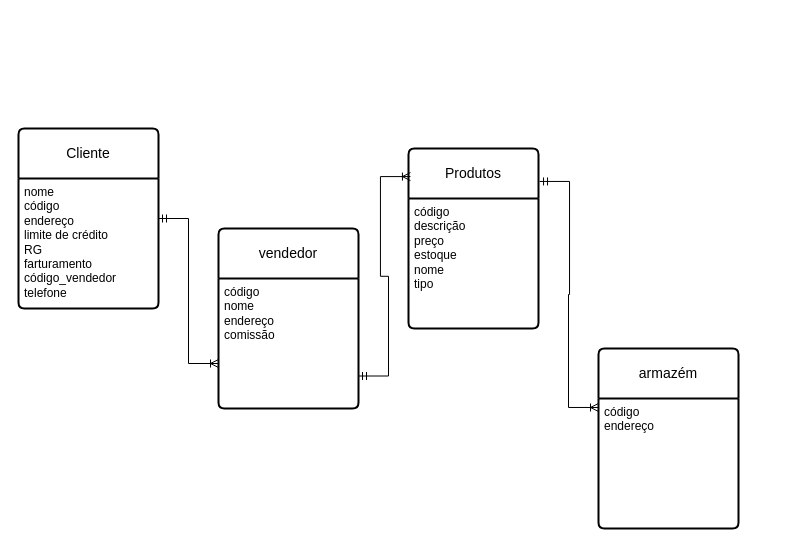
Earlier version of the draw.io diagram vendedorecliente.drawio (biacapist1224/Diagramas). Source tidied: cells renumbered, new cells numbered last; positions are measured from the earlier drawing's top-left corner, leaving out a move shared by most shapes. Both pictures are drawn from the tidied source at 100%, with x=0, y=0 at pixel (18, 128).
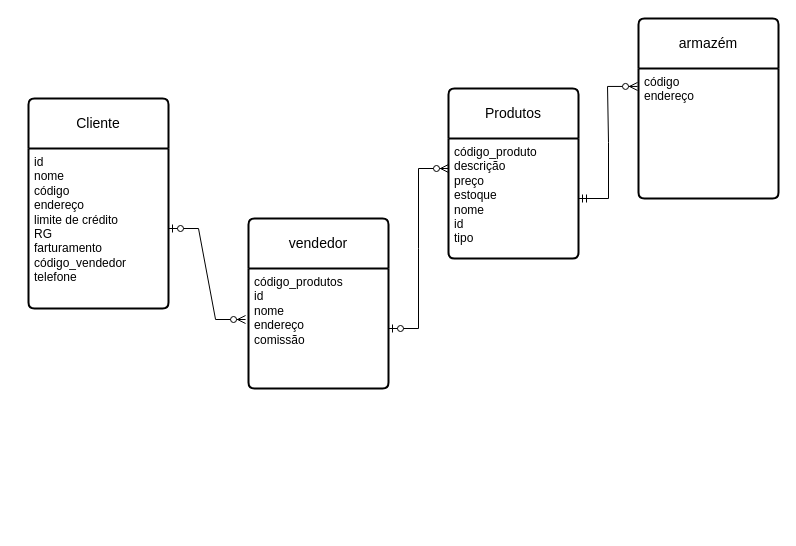
After the change.

The edit, as a diff of the source:
```diff
@@
 <mxGraphModel>
   <root>
     <mxCell id="0" />
     <mxCell id="1" parent="0" />
     <mxCell id="2" value="vendedor" style="swimlane;horizontal=1;startSize=50;rounded=1;fontSize=14;fontStyle=0;strokeWidth=2;shadow=0;dashed=0;align=center;arcSize=4;whiteSpace=wrap;html=1;" parent="1" vertex="1">
-      <mxGeometry x="200" y="100" width="140" height="180" as="geometry" />
+      <mxGeometry x="230" y="90" width="140" height="170" as="geometry" />
     </mxCell>
-    <mxCell id="3" value="&lt;div&gt;código&lt;/div&gt;&lt;div&gt;nome&lt;/div&gt;&lt;div&gt;endereço&lt;/div&gt;&lt;div&gt;comissão&lt;br&gt;&lt;/div&gt;" style="align=left;strokeColor=none;fillColor=none;spacingLeft=4;fontSize=12;verticalAlign=top;html=1;" parent="2" vertex="1">
-      <mxGeometry y="50" width="140" height="130" as="geometry" />
+    <mxCell id="3" value="&lt;div&gt;código_produtos&lt;/div&gt;&lt;div&gt;id&lt;/div&gt;&lt;div&gt;nome&lt;br&gt;&lt;/div&gt;&lt;div&gt;endereço&lt;/div&gt;&lt;div&gt;comissão&lt;br&gt;&lt;/div&gt;&lt;div&gt;&lt;br&gt;&lt;/div&gt;&lt;div&gt;&lt;br&gt;&lt;/div&gt;" style="align=left;strokeColor=none;fillColor=none;spacingLeft=4;fontSize=12;verticalAlign=top;html=1;" parent="2" vertex="1">
+      <mxGeometry y="50" width="140" height="120" as="geometry" />
     </mxCell>
     <mxCell id="4" value="Produtos" style="swimlane;horizontal=1;startSize=50;rounded=1;fontSize=14;fontStyle=0;strokeWidth=2;shadow=0;dashed=0;align=center;arcSize=4;whiteSpace=wrap;html=1;" parent="1" vertex="1">
-      <mxGeometry x="390" y="20" width="130" height="180" as="geometry" />
+      <mxGeometry x="430" y="-40" width="130" height="170" as="geometry" />
     </mxCell>
-    <mxCell id="5" value="&lt;div&gt;código&lt;/div&gt;&lt;div&gt;descrição&lt;/div&gt;&lt;div&gt;preço&lt;/div&gt;&lt;div&gt;estoque &lt;br&gt;&lt;/div&gt;&lt;div&gt;nome&lt;/div&gt;&lt;div&gt;tipo&lt;br&gt;&lt;/div&gt;" style="align=left;strokeColor=none;fillColor=none;spacingLeft=4;fontSize=12;verticalAlign=top;html=1;" parent="4" vertex="1">
-      <mxGeometry y="50" width="130" height="130" as="geometry" />
+    <mxCell id="5" value="&lt;div&gt;código_produto&lt;/div&gt;&lt;div&gt;descrição&lt;/div&gt;&lt;div&gt;preço&lt;/div&gt;&lt;div&gt;estoque &lt;br&gt;&lt;/div&gt;&lt;div&gt;nome&lt;/div&gt;&lt;div&gt;id&lt;br&gt;&lt;/div&gt;&lt;div&gt;tipo&lt;br&gt;&lt;/div&gt;" style="align=left;strokeColor=none;fillColor=none;spacingLeft=4;fontSize=12;verticalAlign=top;html=1;" parent="4" vertex="1">
+      <mxGeometry y="50" width="130" height="120" as="geometry" />
     </mxCell>
     <mxCell id="6" value="armazém" style="swimlane;horizontal=1;startSize=50;rounded=1;fontSize=14;fontStyle=0;strokeWidth=2;shadow=0;dashed=0;align=center;arcSize=4;whiteSpace=wrap;html=1;" parent="1" vertex="1">
-      <mxGeometry x="580" y="220" width="140" height="180" as="geometry" />
+      <mxGeometry x="620" y="-110" width="140" height="180" as="geometry" />
     </mxCell>
     <mxCell id="7" value="código&lt;br&gt;endereço" style="align=left;strokeColor=none;fillColor=none;spacingLeft=4;fontSize=12;verticalAlign=top;html=1;" parent="6" vertex="1">
       <mxGeometry y="50" width="140" height="130" as="geometry" />
     </mxCell>
     <mxCell id="8" value="Cliente" style="swimlane;horizontal=1;startSize=50;rounded=1;fontSize=14;fontStyle=0;strokeWidth=2;shadow=0;dashed=0;align=center;arcSize=4;whiteSpace=wrap;html=1;" parent="1" vertex="1">
-      <mxGeometry width="140" height="180" as="geometry" />
+      <mxGeometry x="10" y="-30" width="140" height="210" as="geometry" />
     </mxCell>
-    <mxCell id="9" value="&lt;div&gt;nome&lt;/div&gt;&lt;div&gt;código&lt;/div&gt;&lt;div&gt;endereço&lt;/div&gt;&lt;div&gt;limite de crédito&lt;/div&gt;&lt;div&gt;RG&lt;/div&gt;&lt;div&gt;farturamento&lt;/div&gt;&lt;div&gt;código_vendedor&lt;/div&gt;&lt;div&gt;telefone&lt;br&gt;&lt;/div&gt;" style="align=left;strokeColor=none;fillColor=none;spacingLeft=4;fontSize=12;verticalAlign=top;html=1;" parent="8" vertex="1">
-      <mxGeometry y="50" width="140" height="130" as="geometry" />
+    <mxCell id="9" value="&lt;div&gt;id&lt;/div&gt;&lt;div&gt;nome&lt;br&gt;&lt;/div&gt;&lt;div&gt;código&lt;/div&gt;&lt;div&gt;endereço&lt;/div&gt;&lt;div&gt;limite de crédito&lt;/div&gt;&lt;div&gt;RG&lt;/div&gt;&lt;div&gt;farturamento&lt;/div&gt;&lt;div&gt;código_vendedor&lt;/div&gt;&lt;div&gt;telefone&lt;br&gt;&lt;/div&gt;" style="align=left;strokeColor=none;fillColor=none;spacingLeft=4;fontSize=12;verticalAlign=top;html=1;" parent="8" vertex="1">
+      <mxGeometry y="50" width="140" height="160" as="geometry" />
     </mxCell>
-    <mxCell id="10" style="edgeStyle=entityRelationEdgeStyle;fontSize=12;html=1;endArrow=ERoneToMany;startArrow=ERmandOne;rounded=0;entryX=0;entryY=0.75;entryDx=0;entryDy=0;exitX=1;exitY=0.5;exitDx=0;exitDy=0;" parent="1" edge="1" source="8" target="2">
-      <mxGeometry relative="1" as="geometry" />
-    </mxCell>
-    <mxCell id="11" style="edgeStyle=entityRelationEdgeStyle;fontSize=12;html=1;endArrow=ERoneToMany;startArrow=ERmandOne;rounded=0;exitX=1;exitY=0.75;exitDx=0;exitDy=0;entryX=0.015;entryY=0.156;entryDx=0;entryDy=0;entryPerimeter=0;" parent="1" edge="1" source="3" target="4">
-      <mxGeometry relative="1" as="geometry" />
-    </mxCell>
-    <mxCell id="12" style="edgeStyle=entityRelationEdgeStyle;fontSize=12;html=1;endArrow=ERoneToMany;startArrow=ERmandOne;rounded=0;entryX=0;entryY=0.069;entryDx=0;entryDy=0;entryPerimeter=0;exitX=1.008;exitY=0.183;exitDx=0;exitDy=0;exitPerimeter=0;" parent="1" edge="1" source="4" target="7">
-      <mxGeometry relative="1" as="geometry" />
-    </mxCell>
+    <mxCell id="13" style="edgeStyle=entityRelationEdgeStyle;fontSize=12;html=1;endArrow=ERzeroToMany;startArrow=ERzeroToOne;rounded=0;entryX=-0.021;entryY=0.425;entryDx=0;entryDy=0;entryPerimeter=0;exitX=1;exitY=0.5;exitDx=0;exitDy=0;" parent="1" edge="1" source="9" target="3">
+      <mxGeometry relative="1" as="geometry" />
+    </mxCell>
+    <mxCell id="14" style="edgeStyle=entityRelationEdgeStyle;fontSize=12;html=1;endArrow=ERzeroToMany;startArrow=ERzeroToOne;rounded=0;entryX=0;entryY=0.25;entryDx=0;entryDy=0;exitX=1;exitY=0.5;exitDx=0;exitDy=0;" parent="1" edge="1" source="3" target="5">
+      <mxGeometry relative="1" as="geometry" />
+    </mxCell>
+    <mxCell id="15" style="edgeStyle=entityRelationEdgeStyle;fontSize=12;html=1;endArrow=ERzeroToMany;startArrow=ERmandOne;rounded=0;entryX=-0.007;entryY=0.138;entryDx=0;entryDy=0;entryPerimeter=0;exitX=1;exitY=0.5;exitDx=0;exitDy=0;" parent="1" edge="1" source="5" target="7">
+      <mxGeometry relative="1" as="geometry" />
+    </mxCell>
   </root>
 </mxGraphModel>
```
